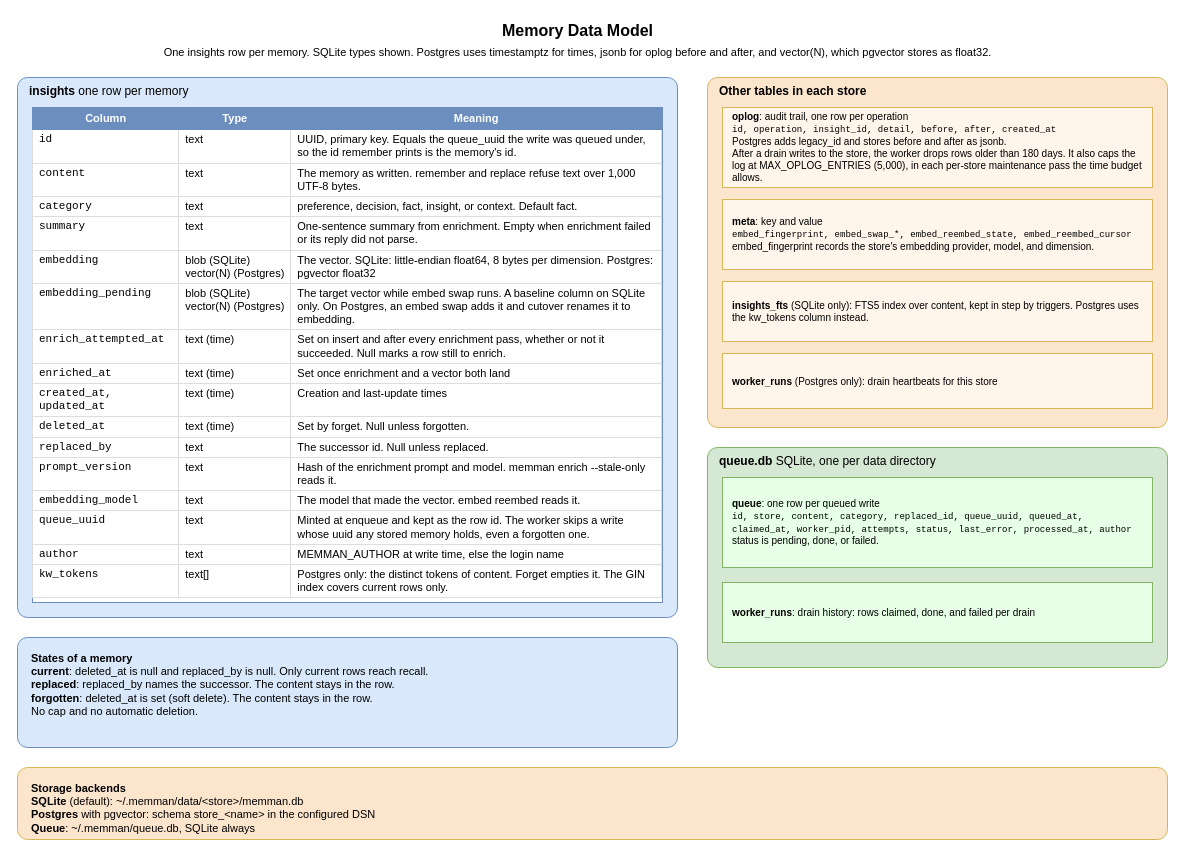
Before: docs/diagrams/03-insight-datamodel.drawio in bissli/memman, a draw.io diagram. Source tidied: cells renumbered, new cells numbered last; positions are measured from the earlier drawing's top-left corner, leaving out a move shared by most shapes. Both pictures are drawn from the tidied source at 100%, with x=0, y=0 at pixel (17, 17).
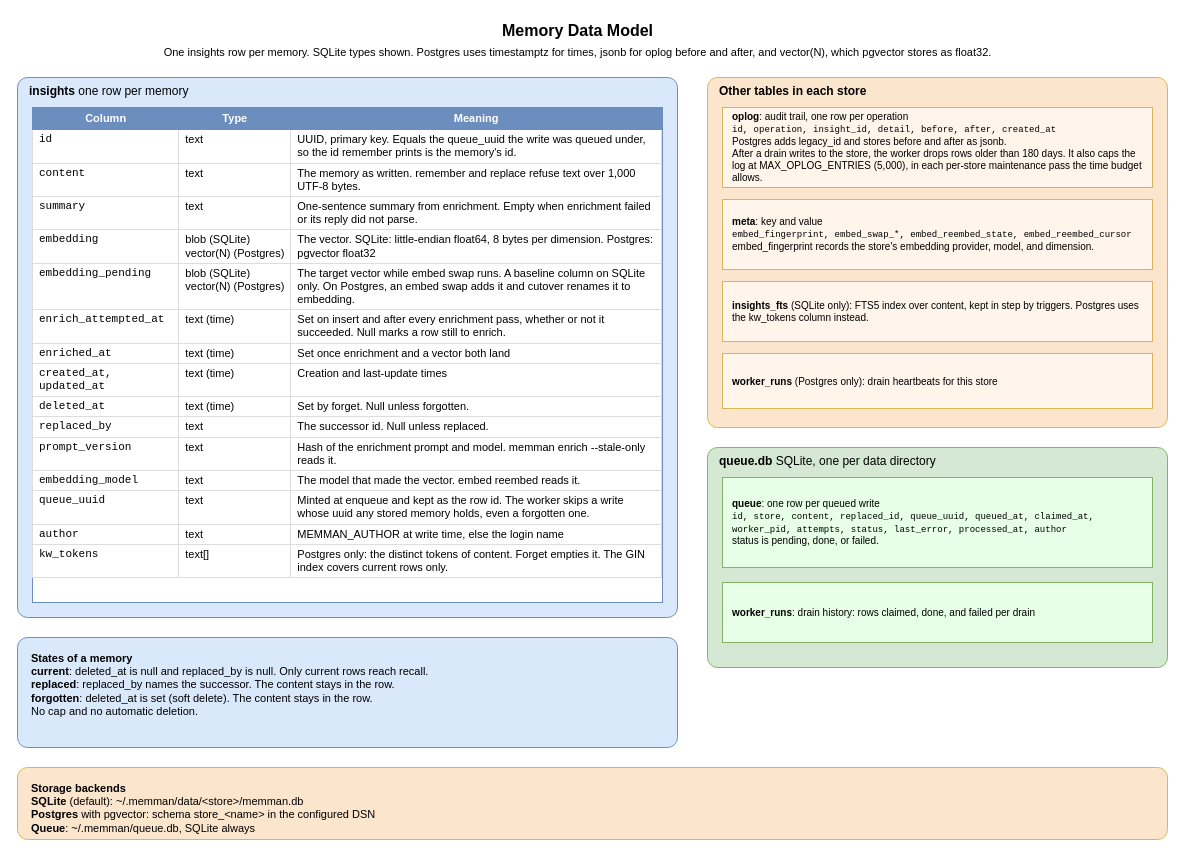
The same page after the edit.

Change to the diagram source:
```diff
@@
 <mxGraphModel>
   <root>
     <mxCell id="0" />
     <mxCell id="1" parent="0" />
     <mxCell id="2" value="&lt;b&gt;Memory Data Model&lt;/b&gt;&lt;br&gt;&lt;font style=&quot;font-size:11px&quot;&gt;One insights row per memory. SQLite types shown. Postgres uses timestamptz for times, jsonb for oplog before and after, and vector(N), which pgvector stores as float32.&lt;/font&gt;" style="text;html=1;align=center;verticalAlign=middle;fontSize=16;strokeColor=none;fillColor=none;" parent="1" vertex="1">
       <mxGeometry x="200" width="720" height="45" as="geometry" />
     </mxCell>
     <mxCell id="3" value="&lt;b&gt;insights&lt;/b&gt;  one row per memory" style="rounded=1;absoluteArcSize=1;arcSize=20;whiteSpace=wrap;html=1;fillColor=#dae8fc;strokeColor=#6c8ebf;verticalAlign=top;align=left;spacingLeft=10;fontSize=12;" parent="1" vertex="1">
       <mxGeometry y="60" width="660" height="540" as="geometry" />
     </mxCell>
-    <mxCell id="4" value="&lt;table style=&quot;font-size:11px; border-collapse:collapse; width:100%&quot;&gt;&lt;tr style=&quot;background:#6c8ebf; color:white; font-weight:bold;&quot;&gt;&lt;td style=&quot;padding:4px 6px; border:1px solid #6c8ebf;&quot;&gt;Column&lt;/td&gt;&lt;td style=&quot;padding:4px 6px; border:1px solid #6c8ebf;&quot;&gt;Type&lt;/td&gt;&lt;td style=&quot;padding:4px 6px; border:1px solid #6c8ebf;&quot;&gt;Meaning&lt;/td&gt;&lt;/tr&gt;&lt;tr&gt;&lt;td style=&quot;padding:3px 6px; border:1px solid #ddd; vertical-align:top; text-align:left; font-family:monospace;&quot;&gt;id&lt;/td&gt;&lt;td style=&quot;padding:3px 6px; border:1px solid #ddd; vertical-align:top; text-align:left; white-space:nowrap;&quot;&gt;text&lt;/td&gt;&lt;td style=&quot;padding:3px 6px; border:1px solid #ddd; vertical-align:top; text-align:left;&quot;&gt;UUID, primary key. Equals the queue_uuid the write was queued under, so the id remember prints is the memory's id.&lt;/td&gt;&lt;/tr&gt;&lt;tr&gt;&lt;td style=&quot;padding:3px 6px; border:1px solid #ddd; vertical-align:top; text-align:left; font-family:monospace;&quot;&gt;content&lt;/td&gt;&lt;td style=&quot;padding:3px 6px; border:1px solid #ddd; vertical-align:top; text-align:left; white-space:nowrap;&quot;&gt;text&lt;/td&gt;&lt;td style=&quot;padding:3px 6px; border:1px solid #ddd; vertical-align:top; text-align:left;&quot;&gt;The memory as written. remember and replace refuse text over 1,000 UTF-8 bytes.&lt;/td&gt;&lt;/tr&gt;&lt;tr&gt;&lt;td style=&quot;padding:3px 6px; border:1px solid #ddd; vertical-align:top; text-align:left; font-family:monospace;&quot;&gt;category&lt;/td&gt;&lt;td style=&quot;padding:3px 6px; border:1px solid #ddd; vertical-align:top; text-align:left; white-space:nowrap;&quot;&gt;text&lt;/td&gt;&lt;td style=&quot;padding:3px 6px; border:1px solid #ddd; vertical-align:top; text-align:left;&quot;&gt;preference, decision, fact, insight, or context. Default fact.&lt;/td&gt;&lt;/tr&gt;&lt;tr&gt;&lt;td style=&quot;padding:3px 6px; border:1px solid #ddd; vertical-align:top; text-align:left; font-family:monospace;&quot;&gt;summary&lt;/td&gt;&lt;td style=&quot;padding:3px 6px; border:1px solid #ddd; vertical-align:top; text-align:left; white-space:nowrap;&quot;&gt;text&lt;/td&gt;&lt;td style=&quot;padding:3px 6px; border:1px solid #ddd; vertical-align:top; text-align:left;&quot;&gt;One-sentence summary from enrichment. Empty when enrichment failed or its reply did not parse.&lt;/td&gt;&lt;/tr&gt;&lt;tr&gt;&lt;td style=&quot;padding:3px 6px; border:1px solid #ddd; vertical-align:top; text-align:left; font-family:monospace;&quot;&gt;embedding&lt;/td&gt;&lt;td style=&quot;padding:3px 6px; border:1px solid #ddd; vertical-align:top; text-align:left; white-space:nowrap;&quot;&gt;blob (SQLite)&lt;br&gt;vector(N) (Postgres)&lt;/td&gt;&lt;td style=&quot;padding:3px 6px; border:1px solid #ddd; vertical-align:top; text-align:left;&quot;&gt;The vector. SQLite: little-endian float64, 8 bytes per dimension. Postgres: pgvector float32&lt;/td&gt;&lt;/tr&gt;&lt;tr&gt;&lt;td style=&quot;padding:3px 6px; border:1px solid #ddd; vertical-align:top; text-align:left; font-family:monospace;&quot;&gt;embedding_pending&lt;/td&gt;&lt;td style=&quot;padding:3px 6px; border:1px solid #ddd; vertical-align:top; text-align:left; white-space:nowrap;&quot;&gt;blob (SQLite)&lt;br&gt;vector(N) (Postgres)&lt;/td&gt;&lt;td style=&quot;padding:3px 6px; border:1px solid #ddd; vertical-align:top; text-align:left;&quot;&gt;The target vector while embed swap runs. A baseline column on SQLite only. On Postgres, an embed swap adds it and cutover renames it to embedding.&lt;/td&gt;&lt;/tr&gt;&lt;tr&gt;&lt;td style=&quot;padding:3px 6px; border:1px solid #ddd; vertical-align:top; text-align:left; font-family:monospace;&quot;&gt;enrich_attempted_at&lt;/td&gt;&lt;td style=&quot;padding:3px 6px; border:1px solid #ddd; vertical-align:top; text-align:left; white-space:nowrap;&quot;&gt;text (time)&lt;/td&gt;&lt;td style=&quot;padding:3px 6px; border:1px solid #ddd; vertical-align:top; text-align:left;&quot;&gt;Set on insert and after every enrichment pass, whether or not it succeeded. Null marks a row still to enrich.&lt;/td&gt;&lt;/tr&gt;&lt;tr&gt;&lt;td style=&quot;padding:3px 6px; border:1px solid #ddd; vertical-align:top; text-align:left; font-family:monospace;&quot;&gt;enriched_at&lt;/td&gt;&lt;td style=&quot;padding:3px 6px; border:1px solid #ddd; vertical-align:top; text-align:left; white-space:nowrap;&quot;&gt;text (time)&lt;/td&gt;&lt;td style=&quot;padding:3px 6px; border:1px solid #ddd; vertical-align:top; text-align:left;&quot;&gt;Set once enrichment and a vector both land&lt;/td&gt;&lt;/tr&gt;&lt;tr&gt;&lt;td style=&quot;padding:3px 6px; border:1px solid #ddd; vertical-align:top; text-align:left; font-family:monospace;&quot;&gt;created_at, updated_at&lt;/td&gt;&lt;td style=&quot;padding:3px 6px; border:1px solid #ddd; vertical-align:top; text-align:left; white-space:nowrap;&quot;&gt;text (time)&lt;/td&gt;&lt;td style=&quot;padding:3px 6px; border:1px solid #ddd; vertical-align:top; text-align:left;&quot;&gt;Creation and last-update times&lt;/td&gt;&lt;/tr&gt;&lt;tr&gt;&lt;td style=&quot;padding:3px 6px; border:1px solid #ddd; vertical-align:top; text-align:left; font-family:monospace;&quot;&gt;deleted_at&lt;/td&gt;&lt;td style=&quot;padding:3px 6px; border:1px solid #ddd; vertical-align:top; text-align:left; white-space:nowrap;&quot;&gt;text (time)&lt;/td&gt;&lt;td style=&quot;padding:3px 6px; border:1px solid #ddd; vertical-align:top; text-align:left;&quot;&gt;Set by forget. Null unless forgotten.&lt;/td&gt;&lt;/tr&gt;&lt;tr&gt;&lt;td style=&quot;padding:3px 6px; border:1px solid #ddd; vertical-align:top; text-align:left; font-family:monospace;&quot;&gt;replaced_by&lt;/td&gt;&lt;td style=&quot;padding:3px 6px; border:1px solid #ddd; vertical-align:top; text-align:left; white-space:nowrap;&quot;&gt;text&lt;/td&gt;&lt;td style=&quot;padding:3px 6px; border:1px solid #ddd; vertical-align:top; text-align:left;&quot;&gt;The successor id. Null unless replaced.&lt;/td&gt;&lt;/tr&gt;&lt;tr&gt;&lt;td style=&quot;padding:3px 6px; border:1px solid #ddd; vertical-align:top; text-align:left; font-family:monospace;&quot;&gt;prompt_version&lt;/td&gt;&lt;td style=&quot;padding:3px 6px; border:1px solid #ddd; vertical-align:top; text-align:left; white-space:nowrap;&quot;&gt;text&lt;/td&gt;&lt;td style=&quot;padding:3px 6px; border:1px solid #ddd; vertical-align:top; text-align:left;&quot;&gt;Hash of the enrichment prompt and model. memman enrich --stale-only reads it.&lt;/td&gt;&lt;/tr&gt;&lt;tr&gt;&lt;td style=&quot;padding:3px 6px; border:1px solid #ddd; vertical-align:top; text-align:left; font-family:monospace;&quot;&gt;embedding_model&lt;/td&gt;&lt;td style=&quot;padding:3px 6px; border:1px solid #ddd; vertical-align:top; text-align:left; white-space:nowrap;&quot;&gt;text&lt;/td&gt;&lt;td style=&quot;padding:3px 6px; border:1px solid #ddd; vertical-align:top; text-align:left;&quot;&gt;The model that made the vector. embed reembed reads it.&lt;/td&gt;&lt;/tr&gt;&lt;tr&gt;&lt;td style=&quot;padding:3px 6px; border:1px solid #ddd; vertical-align:top; text-align:left; font-family:monospace;&quot;&gt;queue_uuid&lt;/td&gt;&lt;td style=&quot;padding:3px 6px; border:1px solid #ddd; vertical-align:top; text-align:left; white-space:nowrap;&quot;&gt;text&lt;/td&gt;&lt;td style=&quot;padding:3px 6px; border:1px solid #ddd; vertical-align:top; text-align:left;&quot;&gt;Minted at enqueue and kept as the row id. The worker skips a write whose uuid any stored memory holds, even a forgotten one.&lt;/td&gt;&lt;/tr&gt;&lt;tr&gt;&lt;td style=&quot;padding:3px 6px; border:1px solid #ddd; vertical-align:top; text-align:left; font-family:monospace;&quot;&gt;author&lt;/td&gt;&lt;td style=&quot;padding:3px 6px; border:1px solid #ddd; vertical-align:top; text-align:left; white-space:nowrap;&quot;&gt;text&lt;/td&gt;&lt;td style=&quot;padding:3px 6px; border:1px solid #ddd; vertical-align:top; text-align:left;&quot;&gt;MEMMAN_AUTHOR at write time, else the login name&lt;/td&gt;&lt;/tr&gt;&lt;tr&gt;&lt;td style=&quot;padding:3px 6px; border:1px solid #ddd; vertical-align:top; text-align:left; font-family:monospace;&quot;&gt;kw_tokens&lt;/td&gt;&lt;td style=&quot;padding:3px 6px; border:1px solid #ddd; vertical-align:top; text-align:left; white-space:nowrap;&quot;&gt;text[]&lt;/td&gt;&lt;td style=&quot;padding:3px 6px; border:1px solid #ddd; vertical-align:top; text-align:left;&quot;&gt;Postgres only: the distinct tokens of content. Forget empties it. The GIN index covers current rows only.&lt;/td&gt;&lt;/tr&gt;&lt;/table&gt;" style="rounded=0;whiteSpace=wrap;html=1;overflow=fill;fillColor=#ffffff;strokeColor=#6c8ebf;verticalAlign=top;" parent="1" vertex="1">
+    <mxCell id="4" value="&lt;table style=&quot;font-size:11px; border-collapse:collapse; width:100%&quot;&gt;&lt;tr style=&quot;background:#6c8ebf; color:white; font-weight:bold;&quot;&gt;&lt;td style=&quot;padding:4px 6px; border:1px solid #6c8ebf;&quot;&gt;Column&lt;/td&gt;&lt;td style=&quot;padding:4px 6px; border:1px solid #6c8ebf;&quot;&gt;Type&lt;/td&gt;&lt;td style=&quot;padding:4px 6px; border:1px solid #6c8ebf;&quot;&gt;Meaning&lt;/td&gt;&lt;/tr&gt;&lt;tr&gt;&lt;td style=&quot;padding:3px 6px; border:1px solid #ddd; vertical-align:top; text-align:left; font-family:monospace;&quot;&gt;id&lt;/td&gt;&lt;td style=&quot;padding:3px 6px; border:1px solid #ddd; vertical-align:top; text-align:left; white-space:nowrap;&quot;&gt;text&lt;/td&gt;&lt;td style=&quot;padding:3px 6px; border:1px solid #ddd; vertical-align:top; text-align:left;&quot;&gt;UUID, primary key. Equals the queue_uuid the write was queued under, so the id remember prints is the memory's id.&lt;/td&gt;&lt;/tr&gt;&lt;tr&gt;&lt;td style=&quot;padding:3px 6px; border:1px solid #ddd; vertical-align:top; text-align:left; font-family:monospace;&quot;&gt;content&lt;/td&gt;&lt;td style=&quot;padding:3px 6px; border:1px solid #ddd; vertical-align:top; text-align:left; white-space:nowrap;&quot;&gt;text&lt;/td&gt;&lt;td style=&quot;padding:3px 6px; border:1px solid #ddd; vertical-align:top; text-align:left;&quot;&gt;The memory as written. remember and replace refuse text over 1,000 UTF-8 bytes.&lt;/td&gt;&lt;/tr&gt;&lt;tr&gt;&lt;td style=&quot;padding:3px 6px; border:1px solid #ddd; vertical-align:top; text-align:left; font-family:monospace;&quot;&gt;summary&lt;/td&gt;&lt;td style=&quot;padding:3px 6px; border:1px solid #ddd; vertical-align:top; text-align:left; white-space:nowrap;&quot;&gt;text&lt;/td&gt;&lt;td style=&quot;padding:3px 6px; border:1px solid #ddd; vertical-align:top; text-align:left;&quot;&gt;One-sentence summary from enrichment. Empty when enrichment failed or its reply did not parse.&lt;/td&gt;&lt;/tr&gt;&lt;tr&gt;&lt;td style=&quot;padding:3px 6px; border:1px solid #ddd; vertical-align:top; text-align:left; font-family:monospace;&quot;&gt;embedding&lt;/td&gt;&lt;td style=&quot;padding:3px 6px; border:1px solid #ddd; vertical-align:top; text-align:left; white-space:nowrap;&quot;&gt;blob (SQLite)&lt;br&gt;vector(N) (Postgres)&lt;/td&gt;&lt;td style=&quot;padding:3px 6px; border:1px solid #ddd; vertical-align:top; text-align:left;&quot;&gt;The vector. SQLite: little-endian float64, 8 bytes per dimension. Postgres: pgvector float32&lt;/td&gt;&lt;/tr&gt;&lt;tr&gt;&lt;td style=&quot;padding:3px 6px; border:1px solid #ddd; vertical-align:top; text-align:left; font-family:monospace;&quot;&gt;embedding_pending&lt;/td&gt;&lt;td style=&quot;padding:3px 6px; border:1px solid #ddd; vertical-align:top; text-align:left; white-space:nowrap;&quot;&gt;blob (SQLite)&lt;br&gt;vector(N) (Postgres)&lt;/td&gt;&lt;td style=&quot;padding:3px 6px; border:1px solid #ddd; vertical-align:top; text-align:left;&quot;&gt;The target vector while embed swap runs. A baseline column on SQLite only. On Postgres, an embed swap adds it and cutover renames it to embedding.&lt;/td&gt;&lt;/tr&gt;&lt;tr&gt;&lt;td style=&quot;padding:3px 6px; border:1px solid #ddd; vertical-align:top; text-align:left; font-family:monospace;&quot;&gt;enrich_attempted_at&lt;/td&gt;&lt;td style=&quot;padding:3px 6px; border:1px solid #ddd; vertical-align:top; text-align:left; white-space:nowrap;&quot;&gt;text (time)&lt;/td&gt;&lt;td style=&quot;padding:3px 6px; border:1px solid #ddd; vertical-align:top; text-align:left;&quot;&gt;Set on insert and after every enrichment pass, whether or not it succeeded. Null marks a row still to enrich.&lt;/td&gt;&lt;/tr&gt;&lt;tr&gt;&lt;td style=&quot;padding:3px 6px; border:1px solid #ddd; vertical-align:top; text-align:left; font-family:monospace;&quot;&gt;enriched_at&lt;/td&gt;&lt;td style=&quot;padding:3px 6px; border:1px solid #ddd; vertical-align:top; text-align:left; white-space:nowrap;&quot;&gt;text (time)&lt;/td&gt;&lt;td style=&quot;padding:3px 6px; border:1px solid #ddd; vertical-align:top; text-align:left;&quot;&gt;Set once enrichment and a vector both land&lt;/td&gt;&lt;/tr&gt;&lt;tr&gt;&lt;td style=&quot;padding:3px 6px; border:1px solid #ddd; vertical-align:top; text-align:left; font-family:monospace;&quot;&gt;created_at, updated_at&lt;/td&gt;&lt;td style=&quot;padding:3px 6px; border:1px solid #ddd; vertical-align:top; text-align:left; white-space:nowrap;&quot;&gt;text (time)&lt;/td&gt;&lt;td style=&quot;padding:3px 6px; border:1px solid #ddd; vertical-align:top; text-align:left;&quot;&gt;Creation and last-update times&lt;/td&gt;&lt;/tr&gt;&lt;tr&gt;&lt;td style=&quot;padding:3px 6px; border:1px solid #ddd; vertical-align:top; text-align:left; font-family:monospace;&quot;&gt;deleted_at&lt;/td&gt;&lt;td style=&quot;padding:3px 6px; border:1px solid #ddd; vertical-align:top; text-align:left; white-space:nowrap;&quot;&gt;text (time)&lt;/td&gt;&lt;td style=&quot;padding:3px 6px; border:1px solid #ddd; vertical-align:top; text-align:left;&quot;&gt;Set by forget. Null unless forgotten.&lt;/td&gt;&lt;/tr&gt;&lt;tr&gt;&lt;td style=&quot;padding:3px 6px; border:1px solid #ddd; vertical-align:top; text-align:left; font-family:monospace;&quot;&gt;replaced_by&lt;/td&gt;&lt;td style=&quot;padding:3px 6px; border:1px solid #ddd; vertical-align:top; text-align:left; white-space:nowrap;&quot;&gt;text&lt;/td&gt;&lt;td style=&quot;padding:3px 6px; border:1px solid #ddd; vertical-align:top; text-align:left;&quot;&gt;The successor id. Null unless replaced.&lt;/td&gt;&lt;/tr&gt;&lt;tr&gt;&lt;td style=&quot;padding:3px 6px; border:1px solid #ddd; vertical-align:top; text-align:left; font-family:monospace;&quot;&gt;prompt_version&lt;/td&gt;&lt;td style=&quot;padding:3px 6px; border:1px solid #ddd; vertical-align:top; text-align:left; white-space:nowrap;&quot;&gt;text&lt;/td&gt;&lt;td style=&quot;padding:3px 6px; border:1px solid #ddd; vertical-align:top; text-align:left;&quot;&gt;Hash of the enrichment prompt and model. memman enrich --stale-only reads it.&lt;/td&gt;&lt;/tr&gt;&lt;tr&gt;&lt;td style=&quot;padding:3px 6px; border:1px solid #ddd; vertical-align:top; text-align:left; font-family:monospace;&quot;&gt;embedding_model&lt;/td&gt;&lt;td style=&quot;padding:3px 6px; border:1px solid #ddd; vertical-align:top; text-align:left; white-space:nowrap;&quot;&gt;text&lt;/td&gt;&lt;td style=&quot;padding:3px 6px; border:1px solid #ddd; vertical-align:top; text-align:left;&quot;&gt;The model that made the vector. embed reembed reads it.&lt;/td&gt;&lt;/tr&gt;&lt;tr&gt;&lt;td style=&quot;padding:3px 6px; border:1px solid #ddd; vertical-align:top; text-align:left; font-family:monospace;&quot;&gt;queue_uuid&lt;/td&gt;&lt;td style=&quot;padding:3px 6px; border:1px solid #ddd; vertical-align:top; text-align:left; white-space:nowrap;&quot;&gt;text&lt;/td&gt;&lt;td style=&quot;padding:3px 6px; border:1px solid #ddd; vertical-align:top; text-align:left;&quot;&gt;Minted at enqueue and kept as the row id. The worker skips a write whose uuid any stored memory holds, even a forgotten one.&lt;/td&gt;&lt;/tr&gt;&lt;tr&gt;&lt;td style=&quot;padding:3px 6px; border:1px solid #ddd; vertical-align:top; text-align:left; font-family:monospace;&quot;&gt;author&lt;/td&gt;&lt;td style=&quot;padding:3px 6px; border:1px solid #ddd; vertical-align:top; text-align:left; white-space:nowrap;&quot;&gt;text&lt;/td&gt;&lt;td style=&quot;padding:3px 6px; border:1px solid #ddd; vertical-align:top; text-align:left;&quot;&gt;MEMMAN_AUTHOR at write time, else the login name&lt;/td&gt;&lt;/tr&gt;&lt;tr&gt;&lt;td style=&quot;padding:3px 6px; border:1px solid #ddd; vertical-align:top; text-align:left; font-family:monospace;&quot;&gt;kw_tokens&lt;/td&gt;&lt;td style=&quot;padding:3px 6px; border:1px solid #ddd; vertical-align:top; text-align:left; white-space:nowrap;&quot;&gt;text[]&lt;/td&gt;&lt;td style=&quot;padding:3px 6px; border:1px solid #ddd; vertical-align:top; text-align:left;&quot;&gt;Postgres only: the distinct tokens of content. Forget empties it. The GIN index covers current rows only.&lt;/td&gt;&lt;/tr&gt;&lt;/table&gt;" style="rounded=0;whiteSpace=wrap;html=1;overflow=fill;fillColor=#ffffff;strokeColor=#6c8ebf;verticalAlign=top;" parent="1" vertex="1">
       <mxGeometry x="15" y="90" width="630" height="495" as="geometry" />
     </mxCell>
     <mxCell id="5" value="&lt;b&gt;States of a memory&lt;/b&gt;&lt;br&gt;&lt;b&gt;current&lt;/b&gt;: deleted_at is null and replaced_by is null. Only current rows reach recall.&lt;br&gt;&lt;b&gt;replaced&lt;/b&gt;: replaced_by names the successor. The content stays in the row.&lt;br&gt;&lt;b&gt;forgotten&lt;/b&gt;: deleted_at is set (soft delete). The content stays in the row.&lt;br&gt;No cap and no automatic deletion." style="rounded=1;absoluteArcSize=1;arcSize=20;whiteSpace=wrap;html=1;fillColor=#dae8fc;strokeColor=#6c8ebf;fontSize=11;verticalAlign=top;align=left;spacingLeft=12;spacingTop=8;" parent="1" vertex="1">
       <mxGeometry y="620" width="660" height="110" as="geometry" />
     </mxCell>
     <mxCell id="6" value="&lt;b&gt;Other tables in each store&lt;/b&gt;" style="rounded=1;whiteSpace=wrap;html=1;fillColor=#fce5cd;strokeColor=#d6b656;verticalAlign=top;absoluteArcSize=1;arcSize=20;align=left;spacingLeft=10;fontSize=12;" parent="1" vertex="1">
       <mxGeometry x="690" y="60" width="460" height="350" as="geometry" />
     </mxCell>
     <mxCell id="7" value="&lt;b&gt;oplog&lt;/b&gt;: audit trail, one row per operation&lt;br&gt;&lt;font style=&quot;font-family:monospace;font-size:9px&quot;&gt;id, operation, insight_id, detail, before, after, created_at&lt;/font&gt;&lt;br&gt;Postgres adds legacy_id and stores before and after as jsonb.&lt;br&gt;After a drain writes to the store, the worker drops rows older than 180 days. It also caps the log at MAX_OPLOG_ENTRIES (5,000), in each per-store maintenance pass the time budget allows." style="rounded=0;whiteSpace=wrap;html=1;fillColor=#FFF5EB;strokeColor=#d6b656;fontSize=10;align=left;spacingLeft=8;spacingRight=8;" parent="1" vertex="1">
       <mxGeometry x="705" y="90" width="430" height="80" as="geometry" />
     </mxCell>
     <mxCell id="8" value="&lt;b&gt;meta&lt;/b&gt;: key and value&lt;br&gt;&lt;font style=&quot;font-family:monospace;font-size:9px&quot;&gt;embed_fingerprint, embed_swap_*, embed_reembed_state, embed_reembed_cursor&lt;/font&gt;&lt;br&gt;embed_fingerprint records the store's embedding provider, model, and dimension." style="rounded=0;whiteSpace=wrap;html=1;fillColor=#FFF5EB;strokeColor=#d6b656;fontSize=10;align=left;spacingLeft=8;spacingRight=8;" parent="1" vertex="1">
       <mxGeometry x="705" y="182" width="430" height="70" as="geometry" />
     </mxCell>
     <mxCell id="9" value="&lt;b&gt;insights_fts&lt;/b&gt; (SQLite only): FTS5 index over content, kept in step by triggers. Postgres uses the kw_tokens column instead." style="rounded=0;whiteSpace=wrap;html=1;fillColor=#FFF5EB;strokeColor=#d6b656;fontSize=10;align=left;spacingLeft=8;spacingRight=8;" parent="1" vertex="1">
       <mxGeometry x="705" y="264" width="430" height="60" as="geometry" />
     </mxCell>
     <mxCell id="10" value="&lt;b&gt;worker_runs&lt;/b&gt; (Postgres only): drain heartbeats for this store" style="rounded=0;whiteSpace=wrap;html=1;fillColor=#FFF5EB;strokeColor=#d6b656;fontSize=10;align=left;spacingLeft=8;spacingRight=8;" parent="1" vertex="1">
       <mxGeometry x="705" y="336" width="430" height="55" as="geometry" />
     </mxCell>
     <mxCell id="11" value="&lt;b&gt;queue.db&lt;/b&gt;  SQLite, one per data directory" style="rounded=1;whiteSpace=wrap;html=1;fillColor=#d5e8d4;strokeColor=#82b366;verticalAlign=top;absoluteArcSize=1;arcSize=20;align=left;spacingLeft=10;fontSize=12;" parent="1" vertex="1">
       <mxGeometry x="690" y="430" width="460" height="220" as="geometry" />
     </mxCell>
-    <mxCell id="12" value="&lt;b&gt;queue&lt;/b&gt;: one row per queued write&lt;br&gt;&lt;font style=&quot;font-family:monospace;font-size:9px&quot;&gt;id, store, content, category, replaced_id, queue_uuid, queued_at, claimed_at, worker_pid, attempts, status, last_error, processed_at, author&lt;/font&gt;&lt;br&gt;status is pending, done, or failed." style="rounded=0;whiteSpace=wrap;html=1;fillColor=#E6FFE6;strokeColor=#82b366;fontSize=10;align=left;spacingLeft=8;spacingRight=8;" parent="1" vertex="1">
+    <mxCell id="12" value="&lt;b&gt;queue&lt;/b&gt;: one row per queued write&lt;br&gt;&lt;font style=&quot;font-family:monospace;font-size:9px&quot;&gt;id, store, content, replaced_id, queue_uuid, queued_at, claimed_at, worker_pid, attempts, status, last_error, processed_at, author&lt;/font&gt;&lt;br&gt;status is pending, done, or failed." style="rounded=0;whiteSpace=wrap;html=1;fillColor=#E6FFE6;strokeColor=#82b366;fontSize=10;align=left;spacingLeft=8;spacingRight=8;" parent="1" vertex="1">
       <mxGeometry x="705" y="460" width="430" height="90" as="geometry" />
     </mxCell>
     <mxCell id="13" value="&lt;b&gt;worker_runs&lt;/b&gt;: drain history: rows claimed, done, and failed per drain" style="rounded=0;whiteSpace=wrap;html=1;fillColor=#E6FFE6;strokeColor=#82b366;fontSize=10;align=left;spacingLeft=8;spacingRight=8;" parent="1" vertex="1">
       <mxGeometry x="705" y="565" width="430" height="60" as="geometry" />
     </mxCell>
     <mxCell id="14" value="&lt;b&gt;Storage backends&lt;/b&gt;&lt;br&gt;&lt;b&gt;SQLite&lt;/b&gt; (default): ~/.memman/data/&amp;lt;store&amp;gt;/memman.db&lt;br&gt;&lt;b&gt;Postgres&lt;/b&gt; with pgvector: schema store_&amp;lt;name&amp;gt; in the configured DSN&lt;br&gt;&lt;b&gt;Queue&lt;/b&gt;: ~/.memman/queue.db, SQLite always" style="rounded=1;absoluteArcSize=1;arcSize=20;whiteSpace=wrap;html=1;fillColor=#fce5cd;strokeColor=#d6b656;fontSize=11;verticalAlign=top;align=left;spacingLeft=12;spacingTop=8;" parent="1" vertex="1">
       <mxGeometry y="750" width="1150" height="72" as="geometry" />
     </mxCell>
   </root>
 </mxGraphModel>
```
